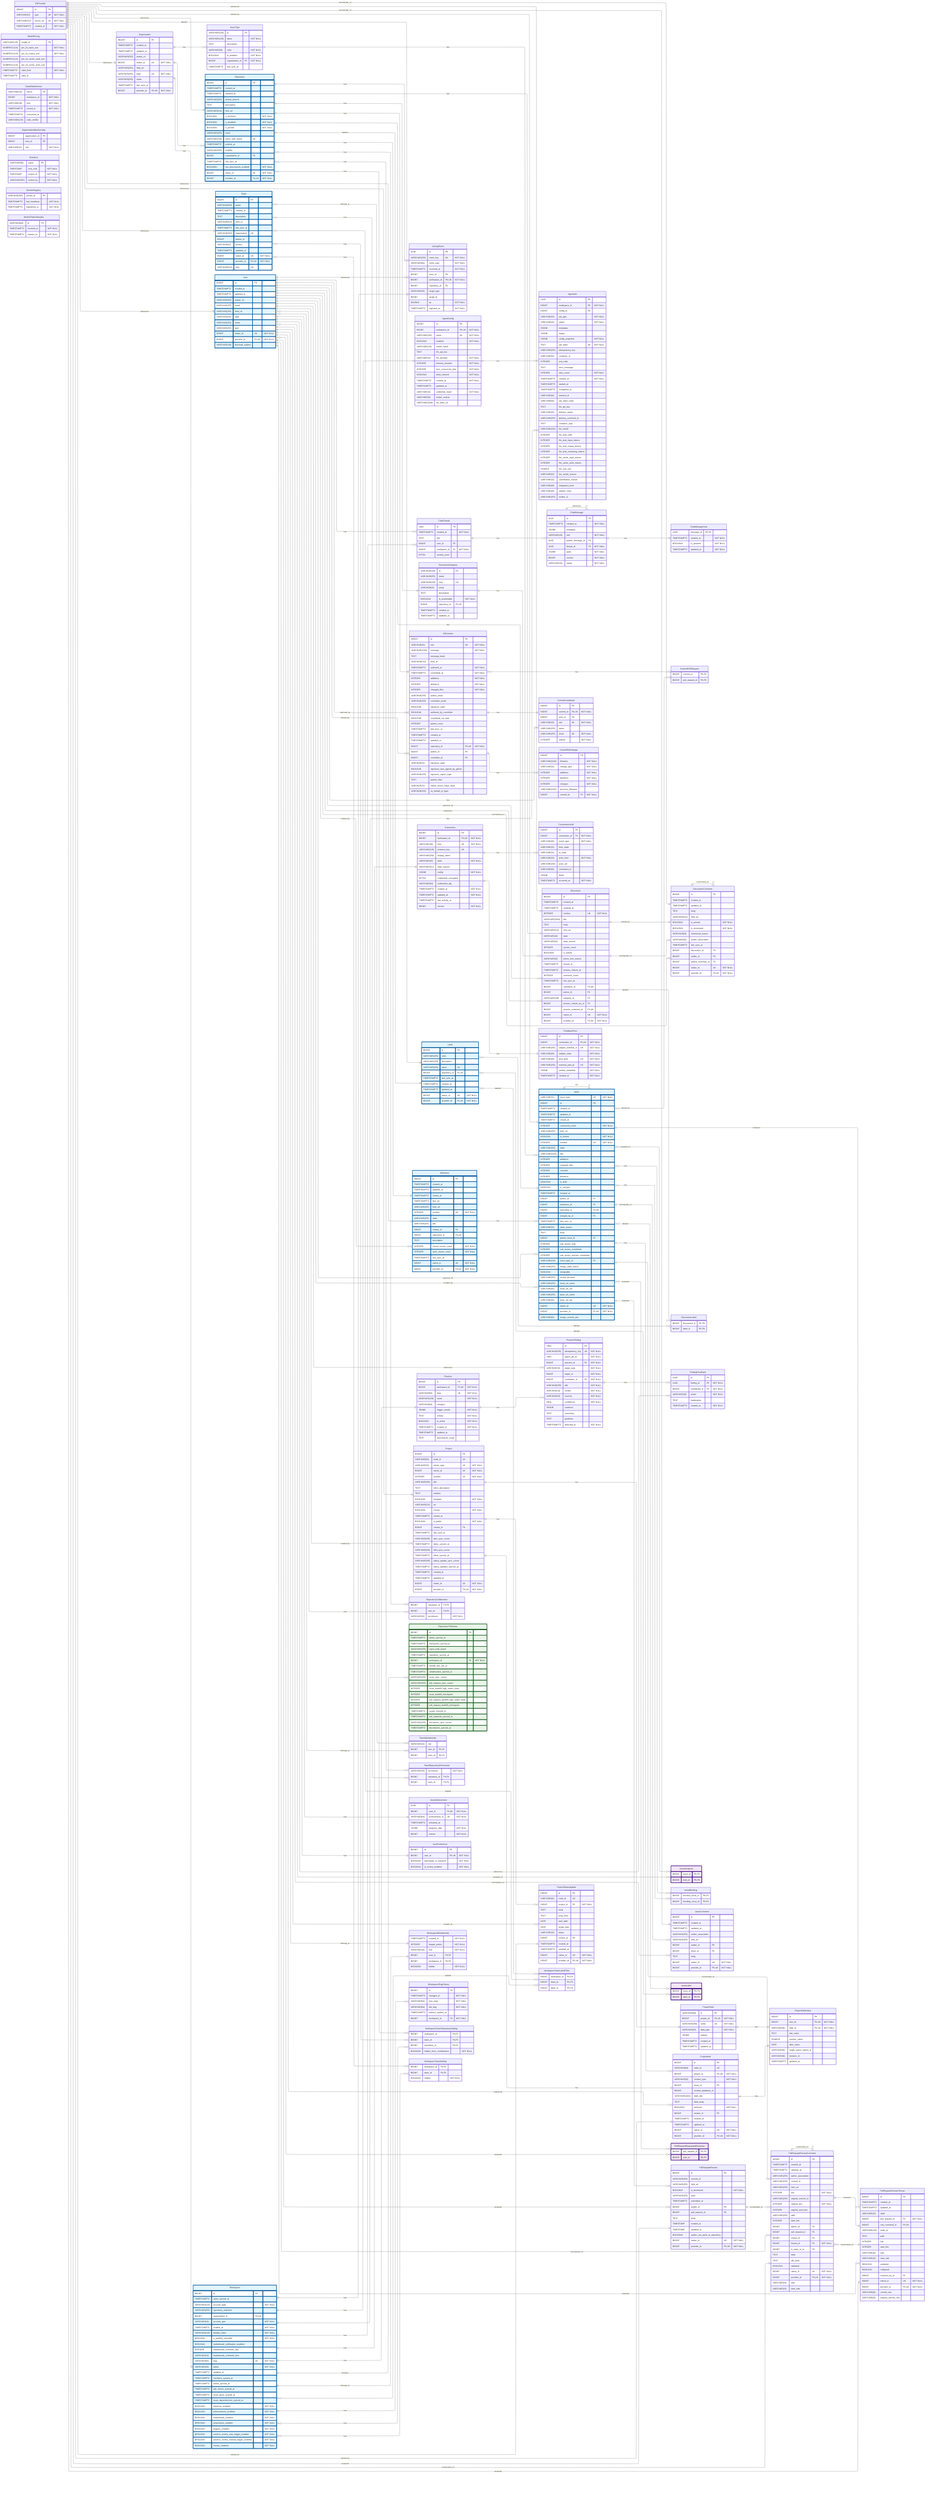
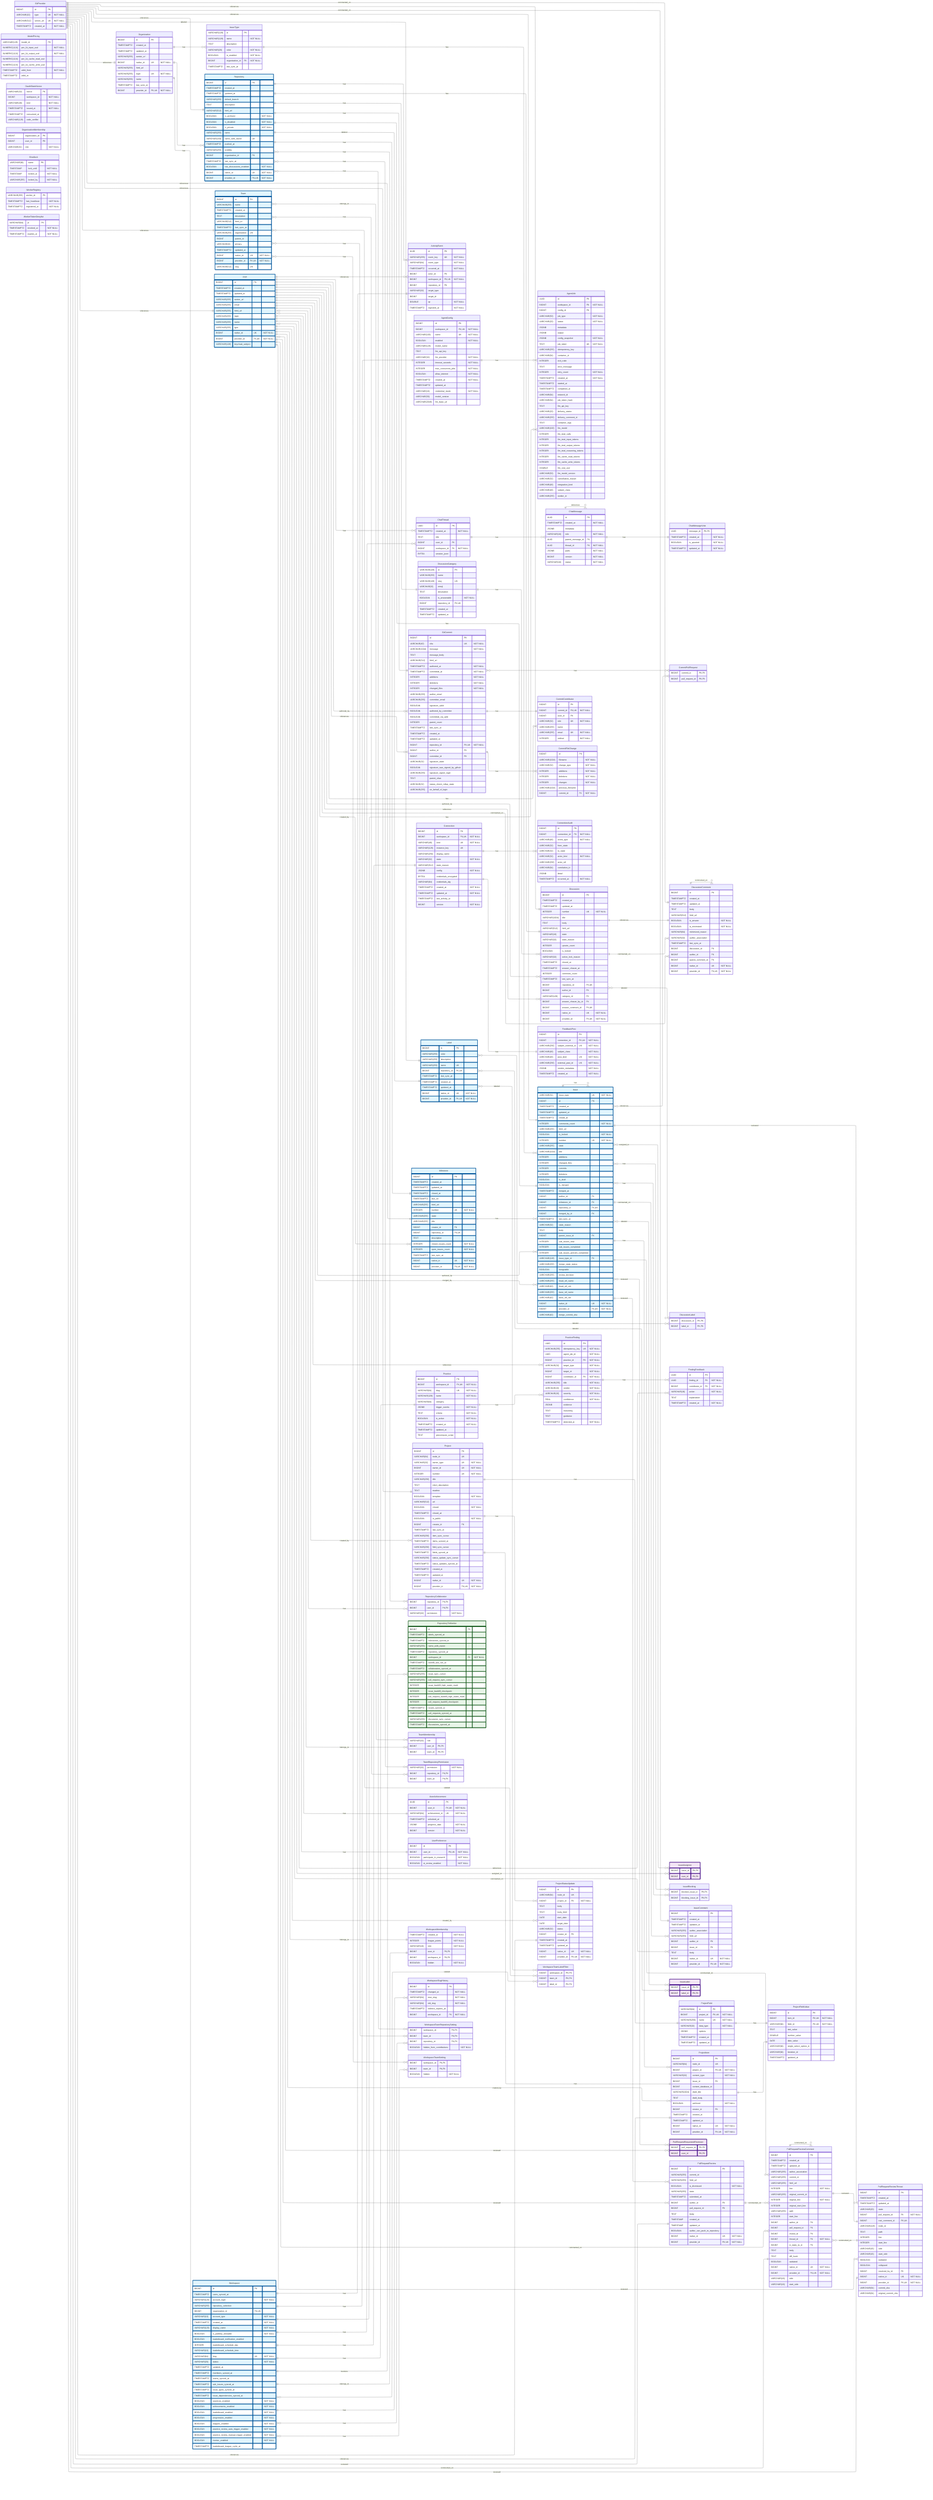
---
config:
    layout: elk
---
erDiagram
    %% Generated automatically from PostgreSQL database schema
    %% using scripts/generate-mermaid-erd.ts
    %% To regenerate: pnpm run db:generate-erd-docs

    direction LR

    ActivityEvent {
        UUID id PK
        VARCHAR(255) event_key UK "NOT NULL"
        VARCHAR(64) event_type "NOT NULL"
        TIMESTAMPTZ occurred_at "NOT NULL"
        BIGINT actor_id FK
        BIGINT workspace_id FK,UK "NOT NULL"
        BIGINT repository_id FK
        VARCHAR(32) target_type
        BIGINT target_id
        DOUBLE xp "NOT NULL"
        TIMESTAMPTZ ingested_at "NOT NULL"
    }

    AgentConfig {
        BIGINT id PK
        BIGINT workspace_id FK,UK "NOT NULL"
        VARCHAR(100) name UK "NOT NULL"
        BOOLEAN enabled "NOT NULL"
        VARCHAR(128) model_name
        TEXT llm_api_key
        VARCHAR(32) llm_provider "NOT NULL"
        INTEGER timeout_seconds "NOT NULL"
        INTEGER max_concurrent_jobs "NOT NULL"
        BOOLEAN allow_internet "NOT NULL"
        TIMESTAMPTZ created_at "NOT NULL"
        TIMESTAMPTZ updated_at
        VARCHAR(16) credential_mode "NOT NULL"
        VARCHAR(50) model_version
        VARCHAR(2048) llm_base_url
    }

    AgentJob {
        UUID id PK
        BIGINT workspace_id FK "NOT NULL"
        BIGINT config_id FK
        VARCHAR(50) job_type "NOT NULL"
        VARCHAR(20) status "NOT NULL"
        JSONB metadata
        JSONB output
        JSONB config_snapshot "NOT NULL"
        TEXT job_token UK "NOT NULL"
        VARCHAR(255) idempotency_key
        VARCHAR(64) container_id
        INTEGER exit_code
        TEXT error_message
        INTEGER retry_count "NOT NULL"
        TIMESTAMPTZ created_at "NOT NULL"
        TIMESTAMPTZ started_at
        TIMESTAMPTZ completed_at
        VARCHAR(64) network_id
        VARCHAR(64) job_token_hash
        TEXT llm_api_key
        VARCHAR(20) delivery_status
        VARCHAR(255) delivery_comment_id
        TEXT container_logs
        VARCHAR(100) llm_model
        INTEGER llm_total_calls
        INTEGER llm_total_input_tokens
        INTEGER llm_total_output_tokens
        INTEGER llm_total_reasoning_tokens
        INTEGER llm_cache_read_tokens
        INTEGER llm_cache_write_tokens
        DOUBLE llm_cost_usd
        VARCHAR(50) llm_model_version
        VARCHAR(32) cancellation_reason
        VARCHAR(48) integration_kind
        VARCHAR(48) subject_class
        VARCHAR(255) worker_id
    }

    ChatMessage {
        UUID id PK
        TIMESTAMPTZ created_at "NOT NULL"
        JSONB metadata
        VARCHAR(16) role "NOT NULL"
        UUID parent_message_id FK
        UUID thread_id FK "NOT NULL"
        JSONB parts "NOT NULL"
        BIGINT version "NOT NULL"
        VARCHAR(16) status "NOT NULL"
    }

    ChatMessageVote {
        UUID message_id PK,FK
        TIMESTAMPTZ created_at "NOT NULL"
        BOOLEAN is_upvoted "NOT NULL"
        TIMESTAMPTZ updated_at "NOT NULL"
    }

    ChatThread {
        UUID id PK
        TIMESTAMPTZ created_at "NOT NULL"
        TEXT title
        BIGINT user_id FK
        BIGINT workspace_id FK "NOT NULL"
        BYTEA session_jsonl
    }

    CommitContributor {
        BIGINT id PK
        BIGINT commit_id FK,UK "NOT NULL"
        BIGINT user_id FK
        VARCHAR(32) role UK "NOT NULL"
        VARCHAR(255) name
        VARCHAR(255) email UK "NOT NULL"
        INTEGER ordinal "NOT NULL"
    }

    CommitFileChange {
        BIGINT id PK
        VARCHAR(1024) filename "NOT NULL"
        VARCHAR(32) change_type "NOT NULL"
        INTEGER additions "NOT NULL"
        INTEGER deletions "NOT NULL"
        INTEGER changes "NOT NULL"
        VARCHAR(1024) previous_filename
        BIGINT commit_id FK "NOT NULL"
    }

    CommitPullRequest {
        BIGINT commit_id PK,FK
        BIGINT pull_request_id PK,FK
    }

    Connection {
        BIGINT id PK
        BIGINT workspace_id FK,UK "NOT NULL"
        VARCHAR(48) kind UK "NOT NULL"
        VARCHAR(128) instance_key UK
        VARCHAR(256) display_name
        VARCHAR(32) state "NOT NULL"
        VARCHAR(512) state_reason
        JSONB config "NOT NULL"
        BYTEA credentials_encrypted
        VARCHAR(64) credentials_alg
        TIMESTAMPTZ created_at "NOT NULL"
        TIMESTAMPTZ updated_at "NOT NULL"
        TIMESTAMPTZ last_activity_at
        BIGINT version "NOT NULL"
    }

    ConnectionAudit {
        BIGINT id PK
        BIGINT connection_id FK "NOT NULL"
        VARCHAR(48) event_type "NOT NULL"
        VARCHAR(32) from_state
        VARCHAR(32) to_state
        VARCHAR(32) actor_kind "NOT NULL"
        VARCHAR(256) actor_ref
        VARCHAR(64) correlation_id
        JSONB detail
        TIMESTAMPTZ occurred_at "NOT NULL"
    }

    Discussion {
        BIGINT id PK
        TIMESTAMPTZ created_at
        TIMESTAMPTZ updated_at
        INTEGER number UK "NOT NULL"
        VARCHAR(1024) title
        TEXT body
        VARCHAR(512) html_url
        VARCHAR(16) state
        VARCHAR(32) state_reason
        INTEGER upvote_count
        BOOLEAN is_locked
        VARCHAR(32) active_lock_reason
        TIMESTAMPTZ closed_at
        TIMESTAMPTZ answer_chosen_at
        INTEGER comment_count
        TIMESTAMPTZ last_sync_at
        BIGINT repository_id FK,UK
        BIGINT author_id FK
        VARCHAR(128) category_id FK
        BIGINT answer_chosen_by_id FK
        BIGINT answer_comment_id FK,UK
        BIGINT native_id UK "NOT NULL"
        BIGINT provider_id FK,UK "NOT NULL"
    }

    DiscussionCategory {
        VARCHAR(128) id PK
        VARCHAR(255) name
        VARCHAR(128) slug UK
        VARCHAR(32) emoji
        TEXT description
        BOOLEAN is_answerable "NOT NULL"
        BIGINT repository_id FK,UK
        TIMESTAMPTZ created_at
        TIMESTAMPTZ updated_at
    }

    DiscussionComment {
        BIGINT id PK
        TIMESTAMPTZ created_at
        TIMESTAMPTZ updated_at
        TEXT body
        VARCHAR(512) html_url
        BOOLEAN is_answer "NOT NULL"
        BOOLEAN is_minimized "NOT NULL"
        VARCHAR(64) minimized_reason
        VARCHAR(32) author_association
        TIMESTAMPTZ last_sync_at
        BIGINT discussion_id FK
        BIGINT author_id FK
        BIGINT parent_comment_id FK
        BIGINT native_id UK "NOT NULL"
        BIGINT provider_id FK,UK "NOT NULL"
    }

    DiscussionLabel {
        BIGINT discussion_id PK,FK
        BIGINT label_id PK,FK
    }

    FeedbackPost {
        BIGINT id PK
        BIGINT connection_id FK,UK "NOT NULL"
        VARCHAR(256) subject_external_id UK "NOT NULL"
        VARCHAR(48) subject_class "NOT NULL"
        VARCHAR(48) post_kind UK "NOT NULL"
        VARCHAR(256) external_post_id UK "NOT NULL"
        JSONB vendor_metadata "NOT NULL"
        TIMESTAMPTZ created_at "NOT NULL"
    }

    FindingFeedback {
        UUID id PK
        UUID finding_id FK "NOT NULL"
        BIGINT contributor_id FK "NOT NULL"
        VARCHAR(16) action "NOT NULL"
        TEXT explanation
        TIMESTAMPTZ created_at "NOT NULL"
    }

    GitCommit {
        BIGINT id PK
        VARCHAR(40) sha UK "NOT NULL"
        VARCHAR(1024) message "NOT NULL"
        TEXT message_body
        VARCHAR(512) html_url
        TIMESTAMPTZ authored_at "NOT NULL"
        TIMESTAMPTZ committed_at "NOT NULL"
        INTEGER additions "NOT NULL"
        INTEGER deletions "NOT NULL"
        INTEGER changed_files "NOT NULL"
        VARCHAR(255) author_email
        VARCHAR(255) committer_email
        BOOLEAN signature_valid
        BOOLEAN authored_by_committer
        BOOLEAN committed_via_web
        INTEGER parent_count
        TIMESTAMPTZ last_sync_at
        TIMESTAMPTZ created_at
        TIMESTAMPTZ updated_at
        BIGINT repository_id FK,UK "NOT NULL"
        BIGINT author_id FK
        BIGINT committer_id FK
        VARCHAR(32) signature_state
        BOOLEAN signature_was_signed_by_github
        VARCHAR(255) signature_signer_login
        TEXT parent_shas
        VARCHAR(32) status_check_rollup_state
        VARCHAR(255) on_behalf_of_login
    }

    GitProvider {
        BIGINT id PK
        VARCHAR(10) type UK "NOT NULL"
        VARCHAR(512) server_url UK "NOT NULL"
        TIMESTAMPTZ created_at "NOT NULL"
    }

    Issue {
        VARCHAR(31) issue_type UK "NOT NULL"
        BIGINT id PK
        TIMESTAMPTZ created_at
        TIMESTAMPTZ updated_at
        TIMESTAMPTZ closed_at
        INTEGER comments_count "NOT NULL"
        VARCHAR(255) html_url
        BOOLEAN is_locked "NOT NULL"
        INTEGER number UK "NOT NULL"
        VARCHAR(255) state
        VARCHAR(1024) title
        INTEGER additions
        INTEGER changed_files
        INTEGER commits
        INTEGER deletions
        BOOLEAN is_draft
        BOOLEAN is_merged
        TIMESTAMPTZ merged_at
        BIGINT author_id FK
        BIGINT milestone_id FK
        BIGINT repository_id FK,UK
        BIGINT merged_by_id FK
        TIMESTAMPTZ last_sync_at
        VARCHAR(32) state_reason
        TEXT body
        BIGINT parent_issue_id FK
        INTEGER sub_issues_total
        INTEGER sub_issues_completed
        INTEGER sub_issues_percent_completed
        VARCHAR(128) issue_type_id FK
        VARCHAR(255) merge_state_status
        BOOLEAN mergeable
        VARCHAR(255) review_decision
        VARCHAR(255) head_ref_name
        VARCHAR(40) head_ref_oid
        VARCHAR(255) base_ref_name
        VARCHAR(40) base_ref_oid
        BIGINT native_id UK "NOT NULL"
        BIGINT provider_id FK,UK "NOT NULL"
        VARCHAR(40) merge_commit_sha
    }

    IssueAssignee {
        BIGINT issue_id PK,FK
        BIGINT user_id PK,FK
    }

    IssueBlocking {
        BIGINT blocked_issue_id PK,FK
        BIGINT blocking_issue_id PK,FK
    }

    IssueComment {
        BIGINT id PK
        TIMESTAMPTZ created_at
        TIMESTAMPTZ updated_at
        VARCHAR(255) author_association
        VARCHAR(255) html_url
        BIGINT author_id FK
        BIGINT issue_id FK
        TEXT body
        BIGINT native_id UK "NOT NULL"
        BIGINT provider_id FK,UK "NOT NULL"
    }

    IssueLabel {
        BIGINT issue_id PK,FK
        BIGINT label_id PK,FK
    }

    IssueType {
        VARCHAR(128) id PK
        VARCHAR(128) name "NOT NULL"
        TEXT description
        VARCHAR(20) color "NOT NULL"
        BOOLEAN is_enabled "NOT NULL"
        BIGINT organization_id FK "NOT NULL"
        TIMESTAMPTZ last_sync_at
    }

    Label {
        BIGINT id PK
        VARCHAR(255) color
        VARCHAR(255) description
        VARCHAR(255) name UK
        BIGINT repository_id FK,UK
        TIMESTAMPTZ last_sync_at
        TIMESTAMPTZ created_at
        TIMESTAMPTZ updated_at
        BIGINT native_id UK "NOT NULL"
        BIGINT provider_id FK,UK "NOT NULL"
    }

    Milestone {
        BIGINT id PK
        TIMESTAMPTZ created_at
        TIMESTAMPTZ updated_at
        TIMESTAMPTZ closed_at
        TIMESTAMPTZ due_on
        VARCHAR(255) html_url
        INTEGER number UK "NOT NULL"
        VARCHAR(255) state
        VARCHAR(255) title
        BIGINT creator_id FK
        BIGINT repository_id FK,UK
        TEXT description
        INTEGER closed_issues_count "NOT NULL"
        INTEGER open_issues_count "NOT NULL"
        TIMESTAMPTZ last_sync_at
        BIGINT native_id UK "NOT NULL"
        BIGINT provider_id FK,UK "NOT NULL"
    }

    ModelPricing {
        VARCHAR(128) model_id PK
        NUMERIC(12,6) per_1k_input_usd "NOT NULL"
        NUMERIC(12,6) per_1k_output_usd "NOT NULL"
        NUMERIC(12,6) per_1k_cache_read_usd
        NUMERIC(12,6) per_1k_cache_write_usd
        TIMESTAMPTZ valid_from "NOT NULL"
        TIMESTAMPTZ valid_to
    }

    OauthStateNonce {
        VARCHAR(32) nonce PK
        BIGINT workspace_id "NOT NULL"
        VARCHAR(48) kind "NOT NULL"
        TIMESTAMPTZ issued_at "NOT NULL"
        TIMESTAMPTZ consumed_at
        VARCHAR(128) code_verifier
    }

    Organization {
        BIGINT id PK
        TIMESTAMPTZ created_at
        TIMESTAMPTZ updated_at
        VARCHAR(255) avatar_url
        BIGINT native_id UK "NOT NULL"
        VARCHAR(255) html_url
        VARCHAR(255) login UK "NOT NULL"
        VARCHAR(255) name
        TIMESTAMPTZ last_sync_at
        BIGINT provider_id FK,UK "NOT NULL"
    }

    OrganizationMembership {
        BIGINT organization_id PK
        BIGINT user_id PK
        VARCHAR(32) role "NOT NULL"
    }

    Practice {
        BIGINT id PK
        BIGINT workspace_id FK,UK "NOT NULL"
        VARCHAR(64) slug UK "NOT NULL"
        VARCHAR(128) name "NOT NULL"
        VARCHAR(64) category
        JSONB trigger_events "NOT NULL"
        TEXT criteria "NOT NULL"
        BOOLEAN is_active "NOT NULL"
        TIMESTAMPTZ created_at "NOT NULL"
        TIMESTAMPTZ updated_at
        TEXT precompute_script
    }

    PracticeFinding {
        UUID id PK
        VARCHAR(255) idempotency_key UK "NOT NULL"
        UUID agent_job_id "NOT NULL"
        BIGINT practice_id FK "NOT NULL"
        VARCHAR(32) target_type "NOT NULL"
        BIGINT target_id "NOT NULL"
        BIGINT contributor_id FK "NOT NULL"
        VARCHAR(255) title "NOT NULL"
        VARCHAR(16) verdict "NOT NULL"
        VARCHAR(16) severity "NOT NULL"
        REAL confidence "NOT NULL"
        JSONB evidence
        TEXT reasoning
        TEXT guidance
        TIMESTAMPTZ detected_at "NOT NULL"
    }

    Project {
        BIGINT id PK
        VARCHAR(64) node_id UK
        VARCHAR(32) owner_type UK "NOT NULL"
        BIGINT owner_id UK "NOT NULL"
        INTEGER number UK "NOT NULL"
        VARCHAR(256) title
        TEXT short_description
        TEXT readme
        BOOLEAN template "NOT NULL"
        VARCHAR(512) url
        BOOLEAN closed "NOT NULL"
        TIMESTAMPTZ closed_at
        BOOLEAN is_public "NOT NULL"
        BIGINT creator_id FK
        TIMESTAMPTZ last_sync_at
        VARCHAR(256) item_sync_cursor
        TIMESTAMPTZ items_synced_at
        VARCHAR(256) field_sync_cursor
        TIMESTAMPTZ fields_synced_at
        VARCHAR(256) status_update_sync_cursor
        TIMESTAMPTZ status_updates_synced_at
        TIMESTAMPTZ created_at
        TIMESTAMPTZ updated_at
        BIGINT native_id UK "NOT NULL"
        BIGINT provider_id FK,UK "NOT NULL"
    }

    ProjectField {
        VARCHAR(64) id PK
        BIGINT project_id FK,UK "NOT NULL"
        VARCHAR(256) name UK "NOT NULL"
        VARCHAR(32) data_type "NOT NULL"
        JSONB options
        TIMESTAMPTZ created_at
        TIMESTAMPTZ updated_at
    }

    ProjectFieldValue {
        BIGINT id PK
        BIGINT item_id FK,UK "NOT NULL"
        VARCHAR(64) field_id FK,UK "NOT NULL"
        TEXT text_value
        DOUBLE number_value
        DATE date_value
        VARCHAR(64) single_select_option_id
        VARCHAR(64) iteration_id
        TIMESTAMPTZ updated_at
    }

    ProjectItem {
        BIGINT id PK
        VARCHAR(64) node_id UK
        BIGINT project_id FK,UK "NOT NULL"
        VARCHAR(32) content_type "NOT NULL"
        BIGINT issue_id FK
        BIGINT content_database_id
        VARCHAR(1024) draft_title
        TEXT draft_body
        BOOLEAN archived "NOT NULL"
        BIGINT creator_id FK
        TIMESTAMPTZ created_at
        TIMESTAMPTZ updated_at
        BIGINT native_id UK "NOT NULL"
        BIGINT provider_id FK,UK "NOT NULL"
    }

    ProjectStatusUpdate {
        BIGINT id PK
        VARCHAR(64) node_id UK
        BIGINT project_id FK "NOT NULL"
        TEXT body
        TEXT body_html
        DATE start_date
        DATE target_date
        VARCHAR(32) status
        BIGINT creator_id FK
        TIMESTAMPTZ created_at
        TIMESTAMPTZ updated_at
        BIGINT native_id UK "NOT NULL"
        BIGINT provider_id FK,UK "NOT NULL"
    }

    PullRequestRequestedReviewer {
        BIGINT pull_request_id PK,FK
        BIGINT user_id PK,FK
    }

    PullRequestReview {
        BIGINT id PK
        VARCHAR(255) commit_id
        VARCHAR(255) html_url
        BOOLEAN is_dismissed "NOT NULL"
        VARCHAR(255) state
        TIMESTAMPTZ submitted_at
        BIGINT author_id FK
        BIGINT pull_request_id FK
        TEXT body
        TIMESTAMP created_at
        TIMESTAMP updated_at
        BOOLEAN author_can_push_to_repository
        BIGINT native_id UK "NOT NULL"
        BIGINT provider_id FK,UK "NOT NULL"
    }

    PullRequestReviewComment {
        BIGINT id PK
        TIMESTAMPTZ created_at
        TIMESTAMPTZ updated_at
        VARCHAR(255) author_association
        VARCHAR(255) commit_id
        VARCHAR(255) html_url
        INTEGER line "NOT NULL"
        VARCHAR(255) original_commit_id
        INTEGER original_line "NOT NULL"
        INTEGER original_start_line
        VARCHAR(255) path
        INTEGER start_line
        BIGINT author_id FK
        BIGINT pull_request_id FK
        BIGINT review_id FK
        BIGINT thread_id FK "NOT NULL"
        BIGINT in_reply_to_id FK
        TEXT body
        TEXT diff_hunk
        BOOLEAN outdated
        BIGINT native_id UK "NOT NULL"
        BIGINT provider_id FK,UK "NOT NULL"
        VARCHAR(16) side
        VARCHAR(16) start_side
    }

    PullRequestReviewThread {
        BIGINT id PK
        TIMESTAMPTZ created_at
        TIMESTAMPTZ updated_at
        VARCHAR(20) state
        BIGINT pull_request_id FK "NOT NULL"
        BIGINT root_comment_id FK,UK
        VARCHAR(128) node_id
        TEXT path
        INTEGER line
        INTEGER start_line
        VARCHAR(16) side
        VARCHAR(16) start_side
        BOOLEAN outdated
        BOOLEAN collapsed
        BIGINT resolved_by_id FK
        BIGINT native_id UK "NOT NULL"
        BIGINT provider_id FK,UK "NOT NULL"
        VARCHAR(64) commit_sha
        VARCHAR(64) original_commit_sha
    }

    Repository {
        BIGINT id PK
        TIMESTAMPTZ created_at
        TIMESTAMPTZ updated_at
        VARCHAR(255) default_branch
        TEXT description
        VARCHAR(512) html_url
        BOOLEAN is_archived "NOT NULL"
        BOOLEAN is_disabled "NOT NULL"
        BOOLEAN is_private "NOT NULL"
        VARCHAR(255) name
        VARCHAR(150) name_with_owner UK
        TIMESTAMPTZ pushed_at
        VARCHAR(255) visibility
        BIGINT organization_id FK
        TIMESTAMPTZ last_sync_at
        BOOLEAN has_discussions_enabled "NOT NULL"
        BIGINT native_id UK "NOT NULL"
        BIGINT provider_id FK,UK "NOT NULL"
    }

    RepositoryCollaborator {
        BIGINT repository_id PK,FK
        BIGINT user_id PK,FK
        VARCHAR(32) permission "NOT NULL"
    }

    RepositoryToMonitor {
        BIGINT id PK
        TIMESTAMPTZ labels_synced_at
        TIMESTAMPTZ milestones_synced_at
        VARCHAR(255) name_with_owner
        TIMESTAMPTZ repository_synced_at
        BIGINT workspace_id FK "NOT NULL"
        TIMESTAMPTZ backfill_last_run_at
        TIMESTAMPTZ collaborators_synced_at
        VARCHAR(255) issue_sync_cursor
        VARCHAR(255) pull_request_sync_cursor
        INTEGER issue_backfill_high_water_mark
        INTEGER issue_backfill_checkpoint
        INTEGER pull_request_backfill_high_water_mark
        INTEGER pull_request_backfill_checkpoint
        TIMESTAMPTZ issues_synced_at
        TIMESTAMPTZ pull_requests_synced_at
        VARCHAR(255) discussion_sync_cursor
        TIMESTAMPTZ discussions_synced_at
    }

    Shedlock {
        VARCHAR(64) name PK
        TIMESTAMP lock_until "NOT NULL"
        TIMESTAMP locked_at "NOT NULL"
        VARCHAR(255) locked_by "NOT NULL"
    }

    Team {
        BIGINT id PK
        VARCHAR(255) name
        TIMESTAMPTZ created_at
        TEXT description
        VARCHAR(512) html_url
        TIMESTAMPTZ last_sync_at
        VARCHAR(255) organization UK
        BIGINT parent_id
        VARCHAR(32) privacy
        TIMESTAMPTZ updated_at
        BIGINT native_id UK "NOT NULL"
        BIGINT provider_id FK,UK "NOT NULL"
        VARCHAR(512) slug UK
    }

    TeamMembership {
        VARCHAR(32) role
        BIGINT user_id PK,FK
        BIGINT team_id PK,FK
    }

    TeamRepositoryPermission {
        VARCHAR(32) permission "NOT NULL"
        BIGINT repository_id PK,FK
        BIGINT team_id PK,FK
    }

    User {
        BIGINT id PK
        TIMESTAMPTZ created_at
        TIMESTAMPTZ updated_at
        VARCHAR(255) avatar_url
        VARCHAR(255) email
        VARCHAR(255) html_url
        VARCHAR(255) login
        VARCHAR(255) name
        VARCHAR(255) type
        BIGINT native_id UK "NOT NULL"
        BIGINT provider_id FK,UK "NOT NULL"
        VARCHAR(128) keycloak_subject
    }

    UserAchievement {
        UUID id PK
        BIGINT user_id FK,UK "NOT NULL"
        VARCHAR(64) achievement_id UK "NOT NULL"
        TIMESTAMPTZ unlocked_at
        JSONB progress_data "NOT NULL"
        BIGINT version "NOT NULL"
    }

    UserPreference {
        BIGINT id PK
        BIGINT user_id FK,UK "NOT NULL"
        BOOLEAN participate_in_research "NOT NULL"
        BOOLEAN ai_review_enabled "NOT NULL"
    }

    WorkerRegistry {
        VARCHAR(255) worker_id PK
        TIMESTAMPTZ last_heartbeat "NOT NULL"
        TIMESTAMPTZ registered_at "NOT NULL"
    }

    WorkerTokenDenylist {
        VARCHAR(64) jti PK
        TIMESTAMPTZ revoked_at "NOT NULL"
        TIMESTAMPTZ expires_at "NOT NULL"
    }

    Workspace {
        BIGINT id PK
        TIMESTAMPTZ users_synced_at
        VARCHAR(120) account_login "NOT NULL"
        VARCHAR(255) repository_selection
        BIGINT organization_id FK,UK
        VARCHAR(10) account_type "NOT NULL"
        TIMESTAMPTZ created_at "NOT NULL"
        VARCHAR(120) display_name "NOT NULL"
        BOOLEAN is_publicly_viewable "NOT NULL"
        BOOLEAN leaderboard_notification_enabled
        INTEGER leaderboard_schedule_day
        VARCHAR(10) leaderboard_schedule_time
        VARCHAR(64) slug UK "NOT NULL"
        VARCHAR(20) status "NOT NULL"
        TIMESTAMPTZ updated_at
        TIMESTAMPTZ members_synced_at
        TIMESTAMPTZ teams_synced_at
        TIMESTAMPTZ sub_issues_synced_at
        TIMESTAMPTZ issue_types_synced_at
        TIMESTAMPTZ issue_dependencies_synced_at
        BOOLEAN practices_enabled "NOT NULL"
        BOOLEAN achievements_enabled "NOT NULL"
        BOOLEAN leaderboard_enabled "NOT NULL"
        BOOLEAN progression_enabled "NOT NULL"
        BOOLEAN leagues_enabled "NOT NULL"
        BOOLEAN practice_review_auto_trigger_enabled "NOT NULL"
        BOOLEAN practice_review_manual_trigger_enabled "NOT NULL"
        BOOLEAN mentor_enabled "NOT NULL"
+         TIMESTAMPTZ leaderboard_league_cycle_at
    }

    WorkspaceMembership {
        TIMESTAMPTZ created_at "NOT NULL"
        INTEGER league_points "NOT NULL"
        VARCHAR(16) role "NOT NULL"
        BIGINT user_id PK,FK
        BIGINT workspace_id PK,FK
        BOOLEAN hidden "NOT NULL"
    }

    WorkspaceSlugHistory {
        BIGINT id PK
        TIMESTAMPTZ changed_at "NOT NULL"
        VARCHAR(64) new_slug "NOT NULL"
        VARCHAR(64) old_slug "NOT NULL"
        TIMESTAMPTZ redirect_expires_at
        BIGINT workspace_id FK "NOT NULL"
    }

    WorkspaceTeamLabelFilter {
        BIGINT workspace_id PK,FK
        BIGINT team_id PK,FK
        BIGINT label_id PK,FK
    }

    WorkspaceTeamRepositorySetting {
        BIGINT workspace_id PK,FK
        BIGINT team_id PK,FK
        BIGINT repository_id PK,FK
        BOOLEAN hidden_from_contributions "NOT NULL"
    }

    WorkspaceTeamSetting {
        BIGINT workspace_id PK,FK
        BIGINT team_id PK,FK
        BOOLEAN hidden "NOT NULL"
    }

    %% Relationships
    %% One-to-One relationships
    Workspace ||--|| ActivityEvent : has
    Workspace ||--|| AgentConfig : has
    ChatMessage ||--|| ChatMessageVote : has
    GitCommit ||--|| CommitContributor : has
    Workspace ||--|| Connection : has
    DiscussionComment ||--|| Discussion : references
    GitProvider ||--|| Discussion : references
    Repository ||--|| Discussion : has
    Repository ||--|| DiscussionCategory : has
    GitProvider ||--|| DiscussionComment : commented_on
    Connection ||--|| FeedbackPost : has
    Repository ||--|| GitCommit : has
    GitProvider ||--|| Issue : references
    Repository ||--|| Issue : has
    GitProvider ||--|| IssueComment : commented_on
    GitProvider ||--|| Label : labeled
    Repository ||--|| Label : labeled
    GitProvider ||--|| Milestone : references
    Repository ||--|| Milestone : has
    GitProvider ||--|| Organization : references
    Workspace ||--|| Practice : has
    GitProvider ||--|| Project : references
    Project ||--|| ProjectField : has
    ProjectField ||--|| ProjectFieldValue : has
    ProjectItem ||--|| ProjectFieldValue : has
    Project ||--|| ProjectItem : has
    GitProvider ||--|| ProjectItem : references
    GitProvider ||--|| ProjectStatusUpdate : references
    GitProvider ||--|| PullRequestReview : reviewed
    GitProvider ||--|| PullRequestReviewComment : commented_on
    GitProvider ||--|| PullRequestReviewThread : reviewed
    PullRequestReviewComment ||--|| PullRequestReviewThread : reviewed
    GitProvider ||--|| Repository : references
    GitProvider ||--|| Team : references
    GitProvider ||--|| User : references
    User ||--|| UserAchievement : has
    User ||--|| UserPreference : has
    Organization ||--|| Workspace : has
    User ||--|| WorkspaceMembership : belongs_to
    Workspace ||--|| WorkspaceMembership : belongs_to

    %% One-to-Many relationships
    User ||--o{ ActivityEvent : references
    Repository ||--o{ ActivityEvent : has
    AgentConfig ||--o{ AgentJob : has
    Workspace ||--o{ AgentJob : has
    ChatMessage ||--o{ ChatMessage : references
    ChatThread ||--o{ ChatMessage : has
    User ||--o{ ChatThread : has
    Workspace ||--o{ ChatThread : has
    User ||--o{ CommitContributor : has
    GitCommit ||--o{ CommitFileChange : has
    Connection ||--o{ ConnectionAudit : has
    User ||--o{ Discussion : references
    User ||--o{ Discussion : authored_by
    DiscussionCategory ||--o{ Discussion : has
    User ||--o{ DiscussionComment : commented_on
    Discussion ||--o{ DiscussionComment : commented_on
    DiscussionComment ||--o{ DiscussionComment : commented_on
    User ||--o{ FindingFeedback : references
    PracticeFinding ||--o{ FindingFeedback : has
    User ||--o{ GitCommit : authored_by
    User ||--o{ GitCommit : references
    User ||--o{ Issue : authored_by
    IssueType ||--o{ Issue : has
    User ||--o{ Issue : merged_by
    Milestone ||--o{ Issue : has
    Issue ||--o{ Issue : has
    User ||--o{ IssueComment : commented_on
    Issue ||--o{ IssueComment : commented_on
    Organization ||--o{ IssueType : has
    User ||--o{ Milestone : created_by
    User ||--o{ PracticeFinding : references
    Practice ||--o{ PracticeFinding : has
    User ||--o{ Project : created_by
    User ||--o{ ProjectItem : created_by
    Issue ||--o{ ProjectItem : has
    User ||--o{ ProjectStatusUpdate : created_by
    Project ||--o{ ProjectStatusUpdate : has
    User ||--o{ PullRequestReview : reviewed
    Issue ||--o{ PullRequestReview : reviewed
    User ||--o{ PullRequestReviewComment : commented_on
    PullRequestReviewComment ||--o{ PullRequestReviewComment : commented_on
    Issue ||--o{ PullRequestReviewComment : commented_on
    PullRequestReview ||--o{ PullRequestReviewComment : commented_on
    PullRequestReviewThread ||--o{ PullRequestReviewComment : commented_on
    Issue ||--o{ PullRequestReviewThread : reviewed
    User ||--o{ PullRequestReviewThread : reviewed
    Organization ||--o{ Repository : has
    Workspace ||--o{ RepositoryToMonitor : monitors
    Workspace ||--o{ WorkspaceSlugHistory : has

    %% Many-to-Many relationships
    GitCommit }o--o{ CommitPullRequest : has
    Issue }o--o{ CommitPullRequest : references
    Discussion }o--o{ DiscussionLabel : labeled
    Label }o--o{ DiscussionLabel : labeled
    Issue }o--o{ IssueAssignee : assigned_to
    User }o--o{ IssueAssignee : assigned_to
    Issue }o--o{ IssueBlocking : has
    Issue }o--o{ IssueBlocking : has
    Issue }o--o{ IssueLabel : labeled
    Label }o--o{ IssueLabel : labeled
    Issue }o--o{ PullRequestRequestedReviewer : reviewed
    User }o--o{ PullRequestRequestedReviewer : reviewed
    Repository }o--o{ RepositoryCollaborator : has
    User }o--o{ RepositoryCollaborator : has
    Team }o--o{ TeamMembership : belongs_to
    User }o--o{ TeamMembership : belongs_to
    Repository }o--o{ TeamRepositoryPermission : has
    Team }o--o{ TeamRepositoryPermission : has
    Label }o--o{ WorkspaceTeamLabelFilter : labeled
    Team }o--o{ WorkspaceTeamLabelFilter : labeled
    Workspace }o--o{ WorkspaceTeamLabelFilter : labeled
    Repository }o--o{ WorkspaceTeamRepositorySetting : has
    Team }o--o{ WorkspaceTeamRepositorySetting : has
    Workspace }o--o{ WorkspaceTeamRepositorySetting : has
    Team }o--o{ WorkspaceTeamSetting : has
    Workspace }o--o{ WorkspaceTeamSetting : has

    %% Styling
    classDef primaryEntity fill:#e1f5fe,stroke:#01579b,stroke-width:2px
    classDef associationEntity fill:#f3e5f5,stroke:#4a148c,stroke-width:2px
    classDef metadataEntity fill:#e8f5e8,stroke:#1b5e20,stroke-width:2px

    class Issue primaryEntity
    class IssueAssignee associationEntity
    class IssueLabel associationEntity
    class Label primaryEntity
    class Milestone primaryEntity
    class PullRequestRequestedReviewer associationEntity
    class Repository primaryEntity
    class RepositoryToMonitor metadataEntity
    class Team primaryEntity
    class User primaryEntity
    class Workspace primaryEntity
